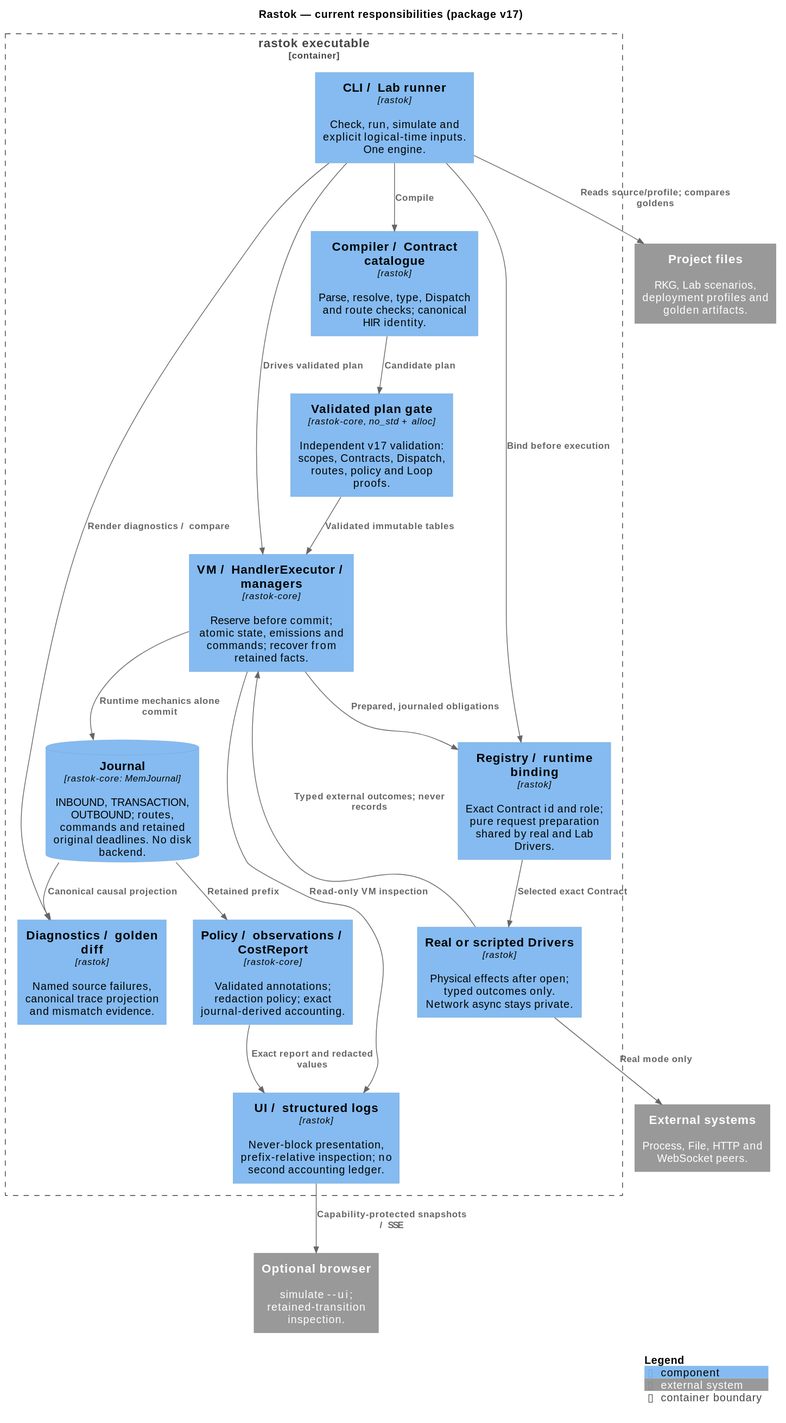
Earlier version of the PlantUML export docs/architecture/03-rastok-components.svg (rastok-io/rastok).
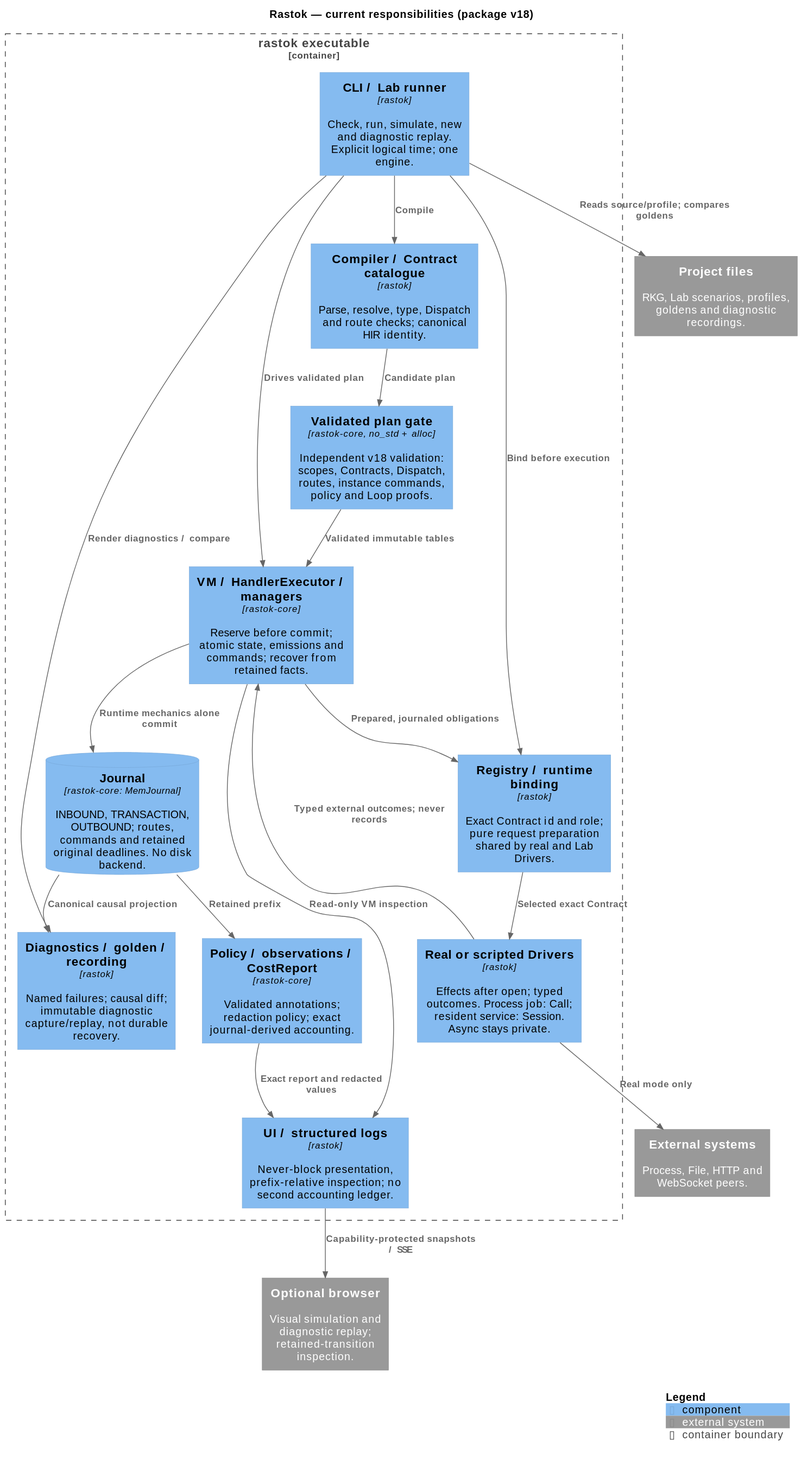
Later version of the same file.

Change to the diagram source:
```diff
@@ -2,23 +2,23 @@
 skinparam backgroundColor white
 !include <C4/C4_Component>
 LAYOUT_TOP_DOWN()
-title Rastok — current responsibilities (package v17)
+title Rastok — current responsibilities (package v18)
 
-System_Ext(project, "Project files", "RKG, Lab scenarios, deployment profiles and golden artifacts.")
+System_Ext(project, "Project files", "RKG, Lab scenarios, profiles, goldens and diagnostic recordings.")
 System_Ext(world, "External systems", "Process, File, HTTP and WebSocket peers.")
-System_Ext(browser, "Optional browser", "simulate --ui; retained-transition inspection.")
+System_Ext(browser, "Optional browser", "Visual simulation and diagnostic replay; retained-transition inspection.")
 
 Container_Boundary(executable, "rastok executable") {
-  Component(entry, "CLI / Lab runner", "rastok", "Check, run, simulate and explicit logical-time inputs. One engine.")
+  Component(entry, "CLI / Lab runner", "rastok", "Check, run, simulate, new and diagnostic replay. Explicit logical time; one engine.")
   Component(compiler, "Compiler / Contract catalogue", "rastok", "Parse, resolve, type, Dispatch and route checks; canonical HIR identity.")
-  Component(plan, "Validated plan gate", "rastok-core, no_std + alloc", "Independent v17 validation: scopes, Contracts, Dispatch, routes, policy and Loop proofs.")
+  Component(plan, "Validated plan gate", "rastok-core, no_std + alloc", "Independent v18 validation: scopes, Contracts, Dispatch, routes, instance commands, policy and Loop proofs.")
   Component(core, "VM / HandlerExecutor / managers", "rastok-core", "Reserve before commit; atomic state, emissions and commands; recover from retained facts.")
   Component(binding, "Registry / runtime binding", "rastok", "Exact Contract id and role; pure request preparation shared by real and Lab Drivers.")
-  Component(drivers, "Real or scripted Drivers", "rastok", "Physical effects after open; typed outcomes only. Network async stays private.")
+  Component(drivers, "Real or scripted Drivers", "rastok", "Effects after open; typed outcomes. Process job: Call; resident service: Session. Async stays private.")
   ComponentDb(journal, "Journal", "rastok-core: MemJournal", "INBOUND, TRANSACTION, OUTBOUND; routes, commands and retained original deadlines. No disk backend.")
   Component(report, "Policy / observations / CostReport", "rastok-core", "Validated annotations; redaction policy; exact journal-derived accounting.")
   Component(ui, "UI / structured logs", "rastok", "Never-block presentation, prefix-relative inspection; no second accounting ledger.")
-  Component(evidence, "Diagnostics / golden diff", "rastok", "Named source failures, canonical trace projection and mismatch evidence.")
+  Component(evidence, "Diagnostics / golden / recording", "rastok", "Named failures; causal diff; immutable diagnostic capture/replay, not durable recovery.")
 }
 
 Rel(entry, project, "Reads source/profile; compares goldens")
```
